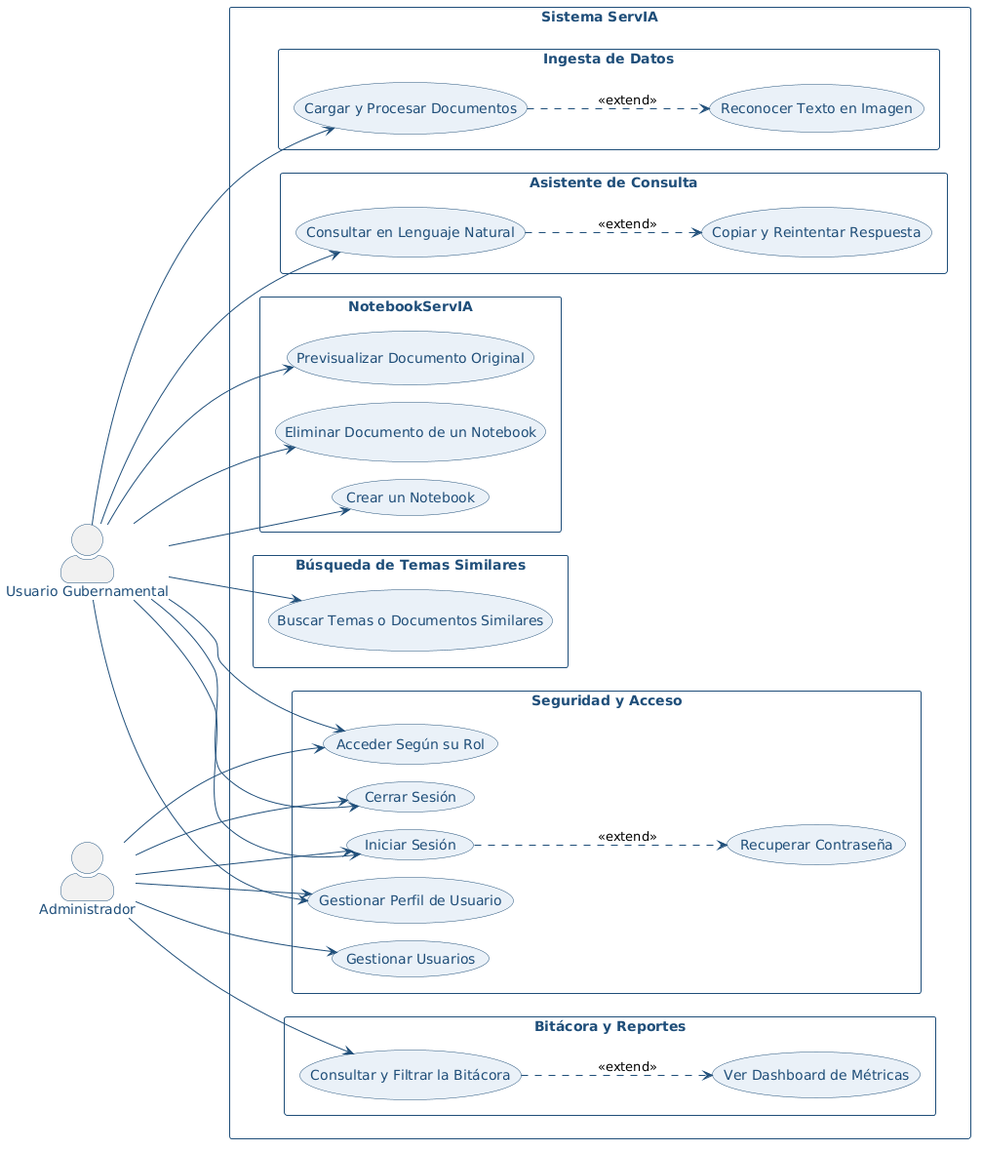
Before: Documentacion/Documentacion_ServIA_2026/Diagramas/Casos_Uso/general_casos_uso.png, a diagram exported from PlantUML (procmc/JusticIA).
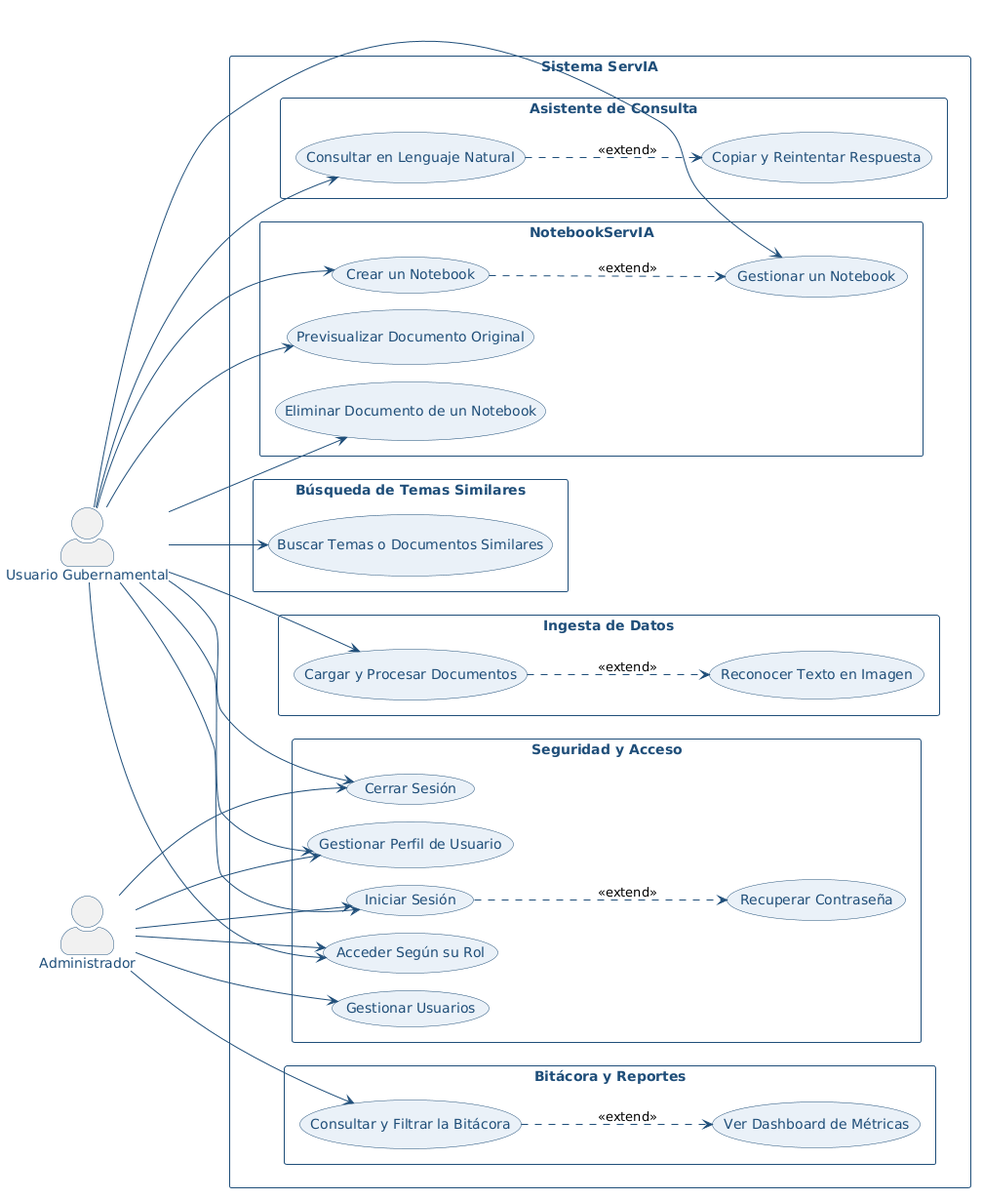
After the change.

Change to the diagram source:
```diff
@@ -45,6 +45,7 @@
     usecase "Crear un Notebook" as CU11
     usecase "Previsualizar Documento Original" as CU12
     usecase "Eliminar Documento de un Notebook" as CU13
+    usecase "Gestionar un Notebook" as CU17
   }
   rectangle "Búsqueda de Temas Similares" {
     usecase "Buscar Temas o Documentos Similares" as CU14
@@ -68,10 +69,12 @@
 UG --> CU11
 UG --> CU12
 UG --> CU13
+UG --> CU17
 UG --> CU14
 ADM --> CU15
 CU01 ..> CU04 : <<extend>>
 CU07 ..> CU08 : <<extend>>
 CU09 ..> CU10 : <<extend>>
+CU11 ..> CU17 : <<extend>>
 CU15 ..> CU16 : <<extend>>
 @enduml
```
